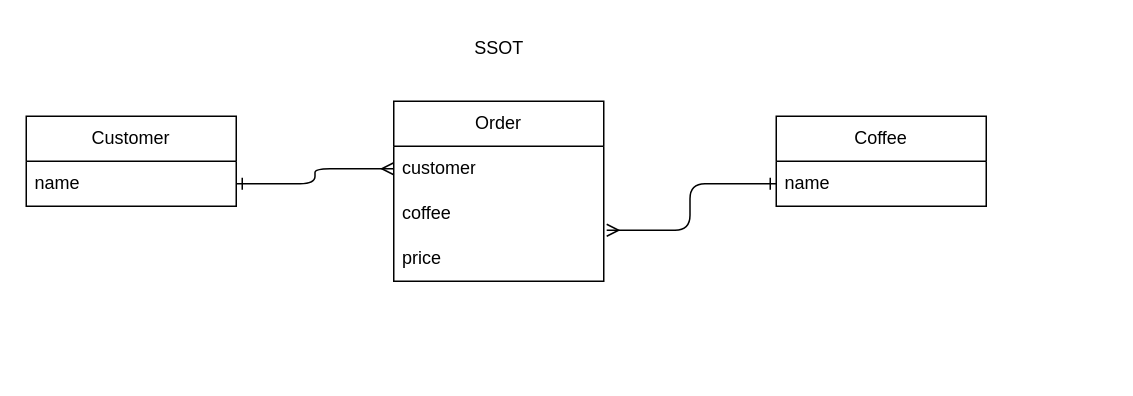
Above: 07-p3-mock-challenge-coffee-shop/coffee_erd.drawio in learn-co-students/SE-LIVE-121123-class-sessions (draw.io), before the change. Source tidied: cells renumbered, new cells numbered last; positions are measured from the earlier drawing's top-left corner, leaving out a move shared by most shapes. Both pictures are drawn from the tidied source at 150%, with x=0, y=0 at pixel (26, 26).
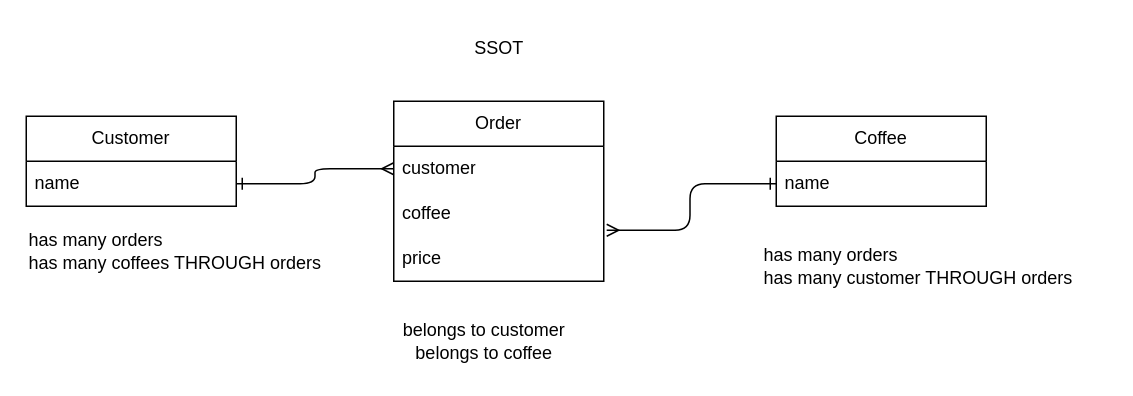
The same diagram, later.

Commit message (it also covers changes not shown here):
complete Coffee deliverables

Change to the diagram source:
```diff
@@
 <mxGraphModel>
   <root>
     <mxCell id="0" />
     <mxCell id="1" parent="0" />
     <mxCell id="2" value="Coffee" style="swimlane;fontStyle=0;horizontal=1;startSize=30;whiteSpace=wrap;html=1;" parent="1" vertex="1">
       <mxGeometry x="500" y="60" width="140" height="60" as="geometry" />
     </mxCell>
     <mxCell id="3" value="name" style="text;strokeColor=none;fillColor=none;align=left;verticalAlign=middle;spacingLeft=4;spacingRight=4;overflow=hidden;points=[[0,0.5],[1,0.5]];portConstraint=eastwest;whiteSpace=wrap;html=1;" parent="2" vertex="1">
       <mxGeometry y="30" width="140" height="30" as="geometry" />
     </mxCell>
     <mxCell id="4" value="Customer" style="swimlane;fontStyle=0;horizontal=1;startSize=30;whiteSpace=wrap;html=1;" parent="1" vertex="1">
       <mxGeometry y="60" width="140" height="60" as="geometry" />
     </mxCell>
     <mxCell id="5" value="name" style="text;strokeColor=none;fillColor=none;align=left;verticalAlign=middle;spacingLeft=4;spacingRight=4;overflow=hidden;points=[[0,0.5],[1,0.5]];portConstraint=eastwest;whiteSpace=wrap;html=1;" parent="4" vertex="1">
       <mxGeometry y="30" width="140" height="30" as="geometry" />
     </mxCell>
     <mxCell id="6" value="Order" style="swimlane;fontStyle=0;horizontal=1;startSize=30;whiteSpace=wrap;html=1;" parent="1" vertex="1">
       <mxGeometry x="245" y="50" width="140" height="120" as="geometry" />
     </mxCell>
     <mxCell id="7" value="customer" style="text;strokeColor=none;fillColor=none;align=left;verticalAlign=middle;spacingLeft=4;spacingRight=4;overflow=hidden;points=[[0,0.5],[1,0.5]];portConstraint=eastwest;whiteSpace=wrap;html=1;" parent="6" vertex="1">
       <mxGeometry y="30" width="140" height="30" as="geometry" />
     </mxCell>
     <mxCell id="8" value="coffee" style="text;strokeColor=none;fillColor=none;align=left;verticalAlign=middle;spacingLeft=4;spacingRight=4;overflow=hidden;points=[[0,0.5],[1,0.5]];portConstraint=eastwest;whiteSpace=wrap;html=1;" parent="6" vertex="1">
       <mxGeometry y="60" width="140" height="30" as="geometry" />
     </mxCell>
     <mxCell id="9" value="price" style="text;strokeColor=none;fillColor=none;align=left;verticalAlign=middle;spacingLeft=4;spacingRight=4;overflow=hidden;whiteSpace=wrap;html=1;" parent="6" vertex="1">
       <mxGeometry y="90" width="140" height="30" as="geometry" />
     </mxCell>
     <mxCell id="10" style="edgeStyle=orthogonalEdgeStyle;html=1;exitX=1;exitY=0.5;exitDx=0;exitDy=0;entryX=0;entryY=0.5;entryDx=0;entryDy=0;endArrow=ERmany;endFill=0;startArrow=ERone;startFill=0;" parent="1" edge="1" source="5" target="7">
       <mxGeometry relative="1" as="geometry" />
     </mxCell>
     <mxCell id="11" style="edgeStyle=orthogonalEdgeStyle;html=1;exitX=0;exitY=0.5;exitDx=0;exitDy=0;entryX=1.014;entryY=0.867;entryDx=0;entryDy=0;entryPerimeter=0;startArrow=ERone;startFill=0;endArrow=ERmany;endFill=0;" parent="1" edge="1" source="3" target="8">
       <mxGeometry relative="1" as="geometry" />
     </mxCell>
     <mxCell id="12" value="SSOT" style="text;html=1;align=center;verticalAlign=middle;strokeColor=none;fillColor=none;" parent="1" vertex="1">
       <mxGeometry x="285" width="60" height="30" as="geometry" />
     </mxCell>
+    <mxCell id="13" value="has many orders&lt;br&gt;has many customer THROUGH orders" style="text;html=1;align=left;verticalAlign=middle;strokeColor=none;fillColor=none;" parent="1" vertex="1">
+      <mxGeometry x="490" y="140" width="230" height="40" as="geometry" />
+    </mxCell>
+    <mxCell id="14" value="belongs to customer&lt;br&gt;belongs to coffee" style="text;html=1;align=center;verticalAlign=middle;strokeColor=none;fillColor=none;" parent="1" vertex="1">
+      <mxGeometry x="240" y="190" width="130" height="40" as="geometry" />
+    </mxCell>
+    <mxCell id="15" value="has many orders&lt;br&gt;has many coffees THROUGH orders" style="text;html=1;align=left;verticalAlign=middle;strokeColor=none;fillColor=none;" parent="1" vertex="1">
+      <mxGeometry y="130" width="220" height="40" as="geometry" />
+    </mxCell>
   </root>
 </mxGraphModel>
```
